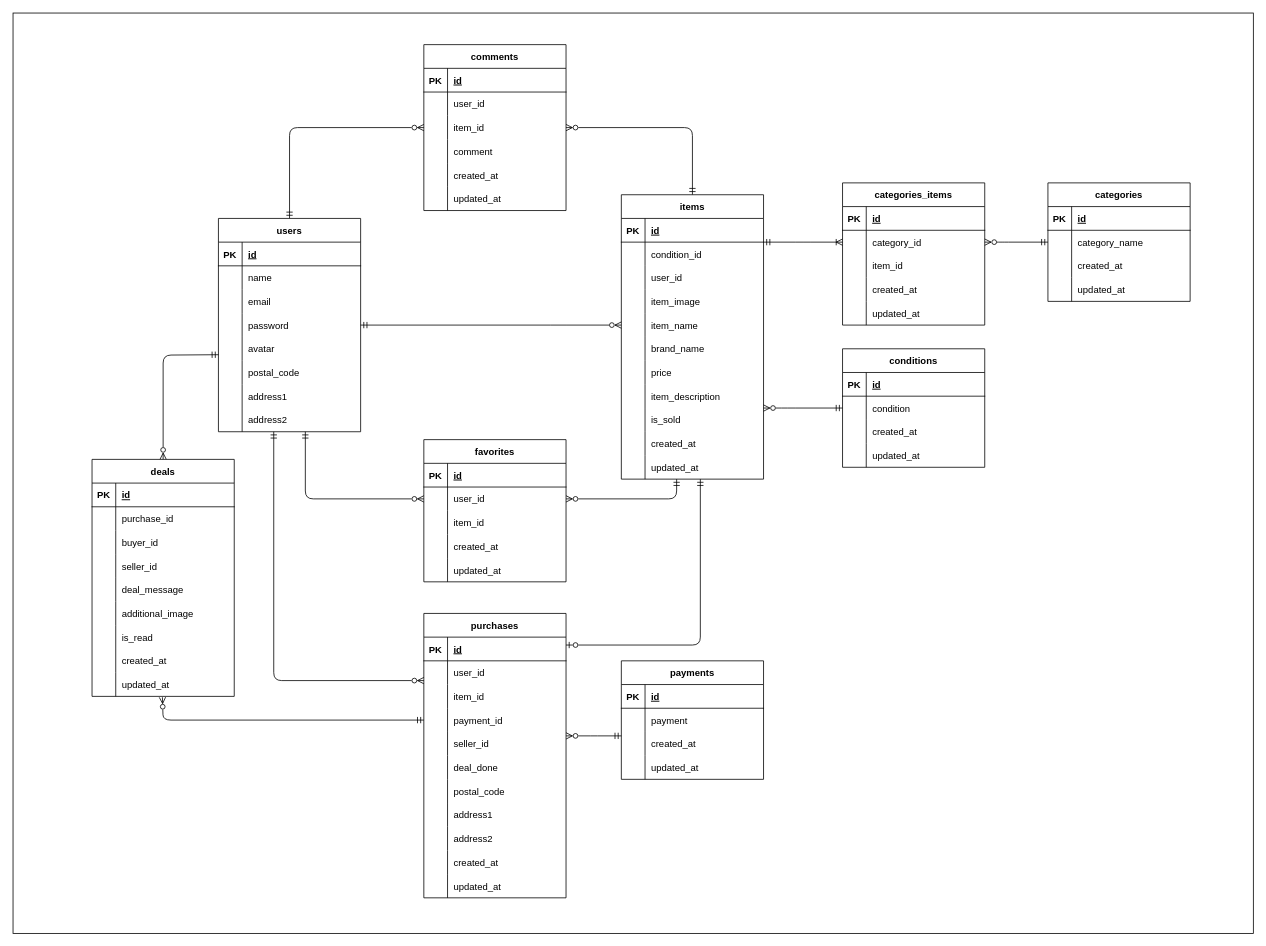
The draw.io diagram ER.drawio in klaboworks/coachtech_freemarket, before the edit. Source tidied: cells renumbered, new cells numbered last; positions are measured from the earlier drawing's top-left corner, leaving out a move shared by most shapes. Both pictures are drawn from the tidied source at 79%, with x=0, y=0 at pixel (13, 13).
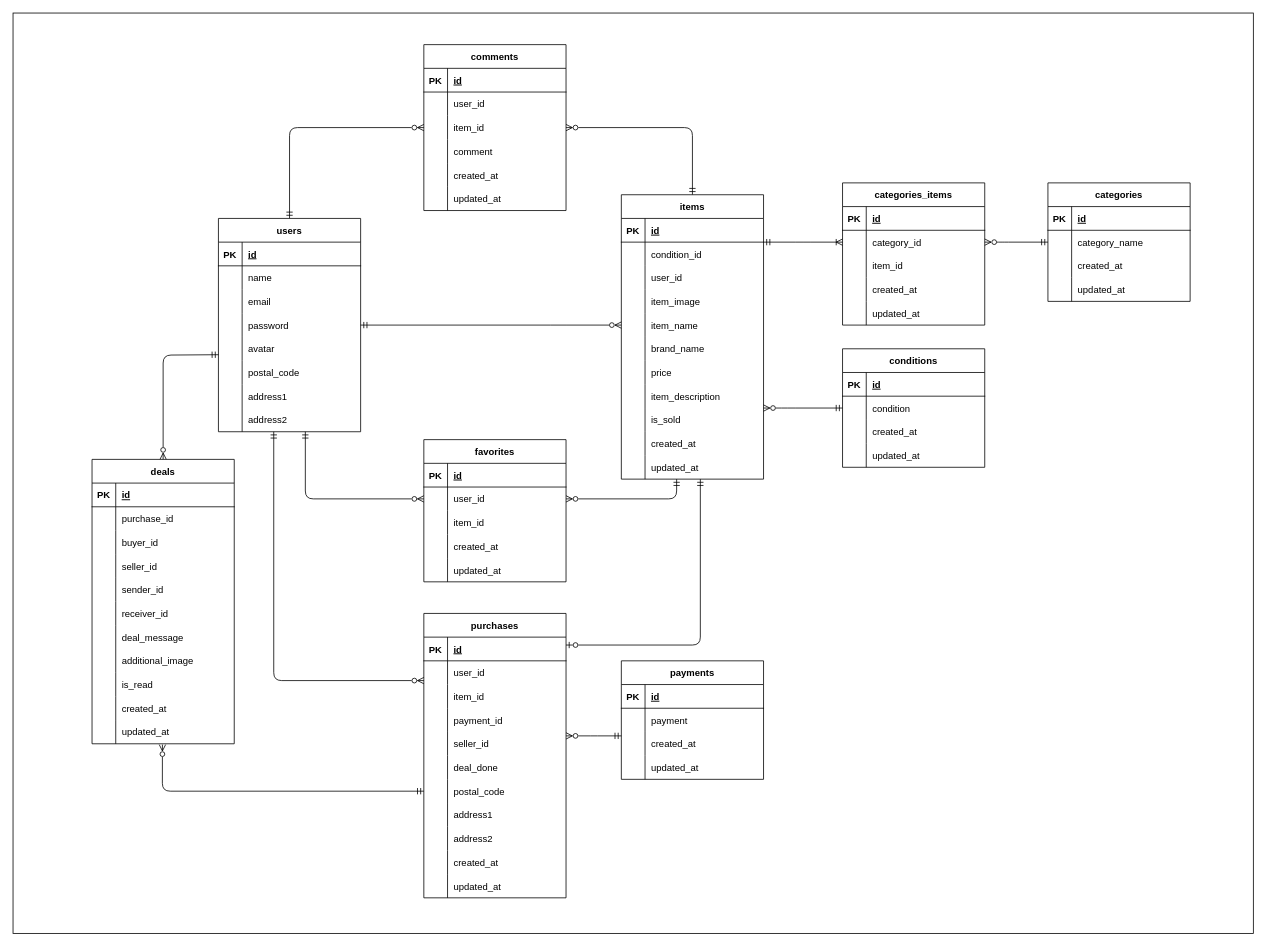
Above is the later version.

Unchanged cells that the change refers to:
```xml
<mxCell id="160" style="shape=partialRectangle;fillColor=none;top=0;left=0;bottom=0;right=0;overflow=hidden;" parent="159" vertex="1">
  <mxGeometry width="30" height="30" as="geometry" />
</mxCell>
<mxCell id="169" style="shape=partialRectangle;fillColor=none;top=0;left=0;bottom=0;right=0;overflow=hidden;" parent="168" vertex="1">
  <mxGeometry width="30" height="30" as="geometry" />
</mxCell>
<mxCell id="225" value="updated_at" style="shape=partialRectangle;fillColor=none;top=0;left=0;bottom=0;right=0;align=left;spacingLeft=6;overflow=hidden;" parent="223" vertex="1">
  <mxGeometry x="30" width="150" height="30" as="geometry" />
</mxCell>
```

Diff of the diagram source:
```diff
@@
     <mxCell id="198" value="deals" style="shape=table;startSize=30;childLayout=tableLayout;rowLines=0;fontStyle=1;align=center;" parent="1" vertex="1">
-      <mxGeometry x="100" y="565" width="180" height="300" as="geometry" />
+      <mxGeometry x="100" y="565" width="180" height="360" as="geometry" />
     </mxCell>
@@
+    <mxCell id="227" style="shape=tableRow;horizontal=0;startSize=0;swimlaneHead=0;swimlaneBody=0;fillColor=none;top=0;left=0;right=0;bottom=0;" parent="198" vertex="1">
+      <mxGeometry y="150" width="180" height="30" as="geometry" />
+    </mxCell>
+    <mxCell id="228" style="shape=partialRectangle;fillColor=none;top=0;left=0;bottom=0;right=0;overflow=hidden;" parent="227" vertex="1">
+      <mxGeometry width="30" height="30" as="geometry" />
+    </mxCell>
+    <mxCell id="229" value="sender_id" style="shape=partialRectangle;fillColor=none;top=0;left=0;bottom=0;right=0;align=left;spacingLeft=6;overflow=hidden;" parent="227" vertex="1">
+      <mxGeometry x="30" width="150" height="30" as="geometry" />
+    </mxCell>
+    <mxCell id="230" style="shape=tableRow;horizontal=0;startSize=0;swimlaneHead=0;swimlaneBody=0;fillColor=none;top=0;left=0;right=0;bottom=0;" parent="198" vertex="1">
+      <mxGeometry y="180" width="180" height="30" as="geometry" />
+    </mxCell>
+    <mxCell id="231" style="shape=partialRectangle;fillColor=none;top=0;left=0;bottom=0;right=0;overflow=hidden;" parent="230" vertex="1">
+      <mxGeometry width="30" height="30" as="geometry" />
+    </mxCell>
+    <mxCell id="232" value="receiver_id" style="shape=partialRectangle;fillColor=none;top=0;left=0;bottom=0;right=0;align=left;spacingLeft=6;overflow=hidden;" parent="230" vertex="1">
+      <mxGeometry x="30" width="150" height="30" as="geometry" />
+    </mxCell>
     <mxCell id="211" style="shape=tableRow;horizontal=0;startSize=0;swimlaneHead=0;swimlaneBody=0;fillColor=none;top=0;left=0;right=0;bottom=0;" parent="198" vertex="1">
-      <mxGeometry y="150" width="180" height="30" as="geometry" />
+      <mxGeometry y="210" width="180" height="30" as="geometry" />
     </mxCell>
@@
     <mxCell id="214" style="shape=tableRow;horizontal=0;startSize=0;swimlaneHead=0;swimlaneBody=0;fillColor=none;top=0;left=0;right=0;bottom=0;" parent="198" vertex="1">
-      <mxGeometry y="180" width="180" height="30" as="geometry" />
+      <mxGeometry y="240" width="180" height="30" as="geometry" />
     </mxCell>
@@
     <mxCell id="217" style="shape=tableRow;horizontal=0;startSize=0;swimlaneHead=0;swimlaneBody=0;fillColor=none;top=0;left=0;right=0;bottom=0;" parent="198" vertex="1">
-      <mxGeometry y="210" width="180" height="30" as="geometry" />
+      <mxGeometry y="270" width="180" height="30" as="geometry" />
     </mxCell>
@@
     <mxCell id="220" style="shape=tableRow;horizontal=0;startSize=0;swimlaneHead=0;swimlaneBody=0;fillColor=none;top=0;left=0;right=0;bottom=0;" parent="198" vertex="1">
-      <mxGeometry y="240" width="180" height="30" as="geometry" />
+      <mxGeometry y="300" width="180" height="30" as="geometry" />
     </mxCell>
@@
     <mxCell id="223" style="shape=tableRow;horizontal=0;startSize=0;swimlaneHead=0;swimlaneBody=0;fillColor=none;top=0;left=0;right=0;bottom=0;" parent="198" vertex="1">
-      <mxGeometry y="270" width="180" height="30" as="geometry" />
+      <mxGeometry y="330" width="180" height="30" as="geometry" />
     </mxCell>
@@
-    <mxCell id="226" style="edgeStyle=none;html=1;entryX=0.394;entryY=1.036;entryDx=0;entryDy=0;entryPerimeter=0;startArrow=ERmandOne;startFill=0;endArrow=ERzeroToMany;endFill=0;" parent="1" edge="1" source="160" target="225">
-      <mxGeometry relative="1" as="geometry">
-        <Array as="points">
-          <mxPoint x="190" y="895" />
-        </Array>
-      </mxGeometry>
-    </mxCell>
+    <mxCell id="233" style="edgeStyle=none;html=1;entryX=0.394;entryY=1.036;entryDx=0;entryDy=0;entryPerimeter=0;startArrow=ERmandOne;startFill=0;endArrow=ERzeroToMany;endFill=0;exitX=0;exitY=0.5;exitDx=0;exitDy=0;" parent="1" edge="1" source="169" target="225">
+      <mxGeometry relative="1" as="geometry">
+        <Array as="points">
+          <mxPoint x="189" y="985" />
+        </Array>
+      </mxGeometry>
+    </mxCell>
```
